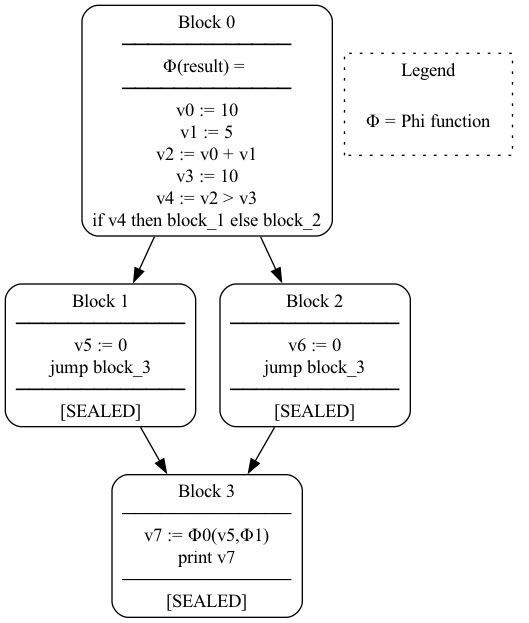
Earlier version of the Graphviz export rust/ssa-test/ssa_graph.png (jimmyhmiller/PlayGround). Its source is kept beside it as rust/ssa-test/ssa_graph.dot.
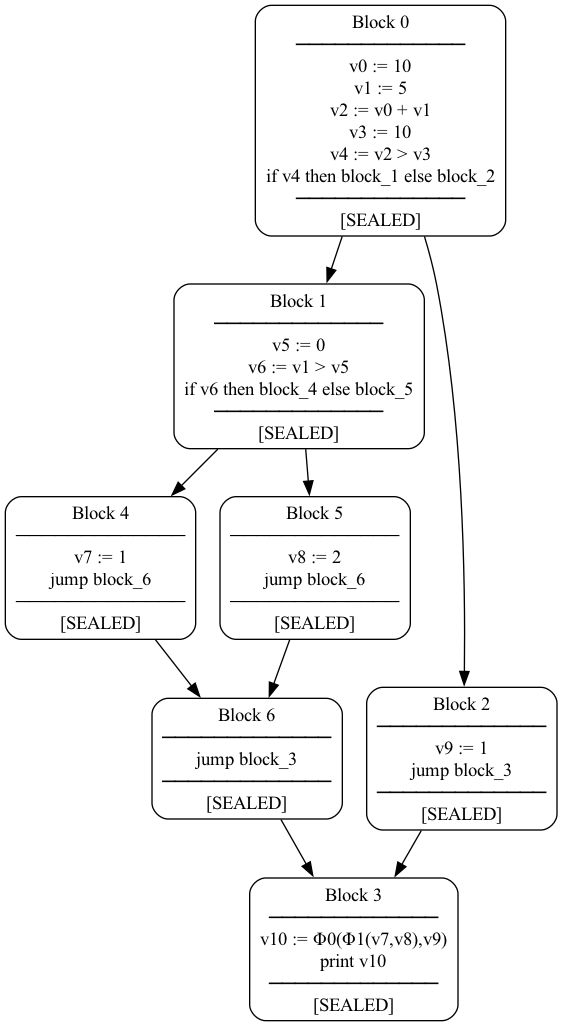
After the commit.

Change to the diagram source:
```diff
@@ -2,18 +2,19 @@
     rankdir=TB;
     node [shape=box, style=rounded];
 
-    block_0 [label="Block 0\n─────────────\nΦ(result) = \n─────────────\nv0 := 10\nv1 := 5\nv2 := v0 + v1\nv3 := 10\nv4 := v2 > v3\nif v4 then block_1 else block_2\n"];
-    block_1 [label="Block 1\n─────────────\nv5 := 0\njump block_3\n─────────────\n[SEALED]\n"];
-    block_2 [label="Block 2\n─────────────\nv6 := 0\njump block_3\n─────────────\n[SEALED]\n"];
-    block_3 [label="Block 3\n─────────────\nv7 := Φ0(v5,Φ1)\nprint v7\n─────────────\n[SEALED]\n"];
+    block_0 [label="Block 0\n─────────────\nv0 := 10\nv1 := 5\nv2 := v0 + v1\nv3 := 10\nv4 := v2 > v3\nif v4 then block_1 else block_2\n─────────────\n[SEALED]\n"];
+    block_1 [label="Block 1\n─────────────\nv5 := 0\nv6 := v1 > v5\nif v6 then block_4 else block_5\n─────────────\n[SEALED]\n"];
+    block_2 [label="Block 2\n─────────────\nv9 := 1\njump block_3\n─────────────\n[SEALED]\n"];
+    block_3 [label="Block 3\n─────────────\nv10 := Φ0(Φ1(v7,v8),v9)\nprint v10\n─────────────\n[SEALED]\n"];
+    block_4 [label="Block 4\n─────────────\nv7 := 1\njump block_6\n─────────────\n[SEALED]\n"];
+    block_5 [label="Block 5\n─────────────\nv8 := 2\njump block_6\n─────────────\n[SEALED]\n"];
+    block_6 [label="Block 6\n─────────────\njump block_3\n─────────────\n[SEALED]\n"];
     block_0 -> block_1;
     block_0 -> block_2;
-    block_1 -> block_3;
+    block_6 -> block_3;
     block_2 -> block_3;
-
-    subgraph cluster_legend {
-        label="Legend";
-        style=dotted;
-        "Φ = Phi function" [shape=plaintext];
-    }
+    block_1 -> block_4;
+    block_1 -> block_5;
+    block_4 -> block_6;
+    block_5 -> block_6;
 }
```
